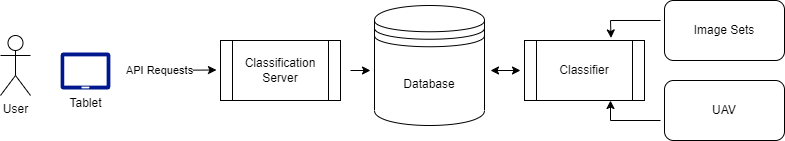
Before: documents/figures/treatment-plan-explore.drawio.png, a diagram exported from draw.io (evan-mcginnis/weeds). Source tidied: cells renumbered, new cells last; positions are measured from the earlier drawing's top-left corner, leaving out a move shared by most shapes. Source of this version:
```xml
<mxGraphModel>
  <root>
    <mxCell id="0" />
    <mxCell id="1" parent="0" />
    <mxCell id="2" style="endArrow=classic;html=1;rounded=0;" parent="1" edge="1">
      <mxGeometry relative="1" as="geometry">
        <mxPoint x="130" y="70" as="sourcePoint" />
        <mxPoint x="216" y="69.5" as="targetPoint" />
      </mxGeometry>
    </mxCell>
    <mxCell id="3" value="API Requests" style="edgeLabel;html=1;align=center;verticalAlign=middle;" parent="2" vertex="1">
      <mxGeometry x="-0.33" relative="1" as="geometry" />
    </mxCell>
    <mxCell id="4" value="Database" style="shape=datastore;whiteSpace=wrap;html=1;" parent="1" vertex="1">
      <mxGeometry x="374" y="5" width="110" height="120" as="geometry" />
    </mxCell>
    <mxCell id="5" value="Classifier" style="shape=process;whiteSpace=wrap;html=1;backgroundOutline=1;" parent="1" vertex="1">
      <mxGeometry x="524" y="40" width="120" height="60" as="geometry" />
    </mxCell>
    <mxCell id="6" value="Image Sets" style="rounded=1;whiteSpace=wrap;html=1;" parent="1" vertex="1">
      <mxGeometry x="664" width="120" height="60" as="geometry" />
    </mxCell>
    <mxCell id="7" value="Classification&lt;br&gt;Server" style="shape=process;whiteSpace=wrap;html=1;backgroundOutline=1;" parent="1" vertex="1">
      <mxGeometry x="220" y="40" width="120" height="60" as="geometry" />
    </mxCell>
    <mxCell id="8" style="endArrow=classic;startArrow=classic;html=1;rounded=0;" parent="1" edge="1">
      <mxGeometry relative="1" as="geometry">
        <mxPoint x="490" y="70" as="sourcePoint" />
        <mxPoint x="520" y="70" as="targetPoint" />
      </mxGeometry>
    </mxCell>
    <mxCell id="9" value="UAV" style="rounded=1;whiteSpace=wrap;html=1;" parent="1" vertex="1">
      <mxGeometry x="664" y="80" width="120" height="60" as="geometry" />
    </mxCell>
    <mxCell id="10" style="endArrow=classic;html=1;rounded=0;" parent="1" edge="1">
      <mxGeometry relative="1" as="geometry">
        <mxPoint x="660" y="120" as="sourcePoint" />
        <mxPoint x="610" y="100" as="targetPoint" />
        <Array as="points">
          <mxPoint x="610" y="120" />
        </Array>
      </mxGeometry>
    </mxCell>
    <mxCell id="11" style="endArrow=classic;html=1;rounded=0;entryX=0.721;entryY=-0.042;entryDx=0;entryDy=0;entryPerimeter=0;" parent="1" edge="1" target="5">
      <mxGeometry relative="1" as="geometry">
        <mxPoint x="660" y="20" as="sourcePoint" />
        <Array as="points">
          <mxPoint x="610" y="20" />
        </Array>
      </mxGeometry>
    </mxCell>
    <mxCell id="12" style="endArrow=classic;html=1;rounded=0;" parent="1" edge="1">
      <mxGeometry relative="1" as="geometry">
        <mxPoint x="350" y="70" as="sourcePoint" />
        <mxPoint x="370" y="70" as="targetPoint" />
      </mxGeometry>
    </mxCell>
    <mxCell id="13" value="Tablet" style="sketch=0;shadow=0;dashed=0;html=1;strokeColor=none;labelPosition=center;verticalLabelPosition=bottom;verticalAlign=top;align=center;fillColor=#00188D;shape=mxgraph.azure.tablet;" parent="1" vertex="1">
      <mxGeometry x="60" y="52" width="50" height="37" as="geometry" />
    </mxCell>
    <mxCell id="14" value="User" style="shape=umlActor;verticalLabelPosition=bottom;verticalAlign=top;html=1;" parent="1" vertex="1">
      <mxGeometry y="35" width="30" height="60" as="geometry" />
    </mxCell>
  </root>
</mxGraphModel>
```
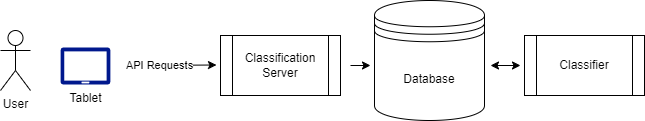
After the change.

Change to the diagram source:
```diff
@@ -17,9 +17,6 @@
     <mxCell id="5" value="Classifier" style="shape=process;whiteSpace=wrap;html=1;backgroundOutline=1;" parent="1" vertex="1">
       <mxGeometry x="524" y="40" width="120" height="60" as="geometry" />
     </mxCell>
-    <mxCell id="6" value="Image Sets" style="rounded=1;whiteSpace=wrap;html=1;" parent="1" vertex="1">
-      <mxGeometry x="664" width="120" height="60" as="geometry" />
-    </mxCell>
     <mxCell id="7" value="Classification&lt;br&gt;Server" style="shape=process;whiteSpace=wrap;html=1;backgroundOutline=1;" parent="1" vertex="1">
       <mxGeometry x="220" y="40" width="120" height="60" as="geometry" />
     </mxCell>
@@ -29,26 +26,6 @@
         <mxPoint x="520" y="70" as="targetPoint" />
       </mxGeometry>
     </mxCell>
-    <mxCell id="9" value="UAV" style="rounded=1;whiteSpace=wrap;html=1;" parent="1" vertex="1">
-      <mxGeometry x="664" y="80" width="120" height="60" as="geometry" />
-    </mxCell>
-    <mxCell id="10" style="endArrow=classic;html=1;rounded=0;" parent="1" edge="1">
-      <mxGeometry relative="1" as="geometry">
-        <mxPoint x="660" y="120" as="sourcePoint" />
-        <mxPoint x="610" y="100" as="targetPoint" />
-        <Array as="points">
-          <mxPoint x="610" y="120" />
-        </Array>
-      </mxGeometry>
-    </mxCell>
-    <mxCell id="11" style="endArrow=classic;html=1;rounded=0;entryX=0.721;entryY=-0.042;entryDx=0;entryDy=0;entryPerimeter=0;" parent="1" edge="1" target="5">
-      <mxGeometry relative="1" as="geometry">
-        <mxPoint x="660" y="20" as="sourcePoint" />
-        <Array as="points">
-          <mxPoint x="610" y="20" />
-        </Array>
-      </mxGeometry>
-    </mxCell>
     <mxCell id="12" style="endArrow=classic;html=1;rounded=0;" parent="1" edge="1">
       <mxGeometry relative="1" as="geometry">
         <mxPoint x="350" y="70" as="sourcePoint" />
```
